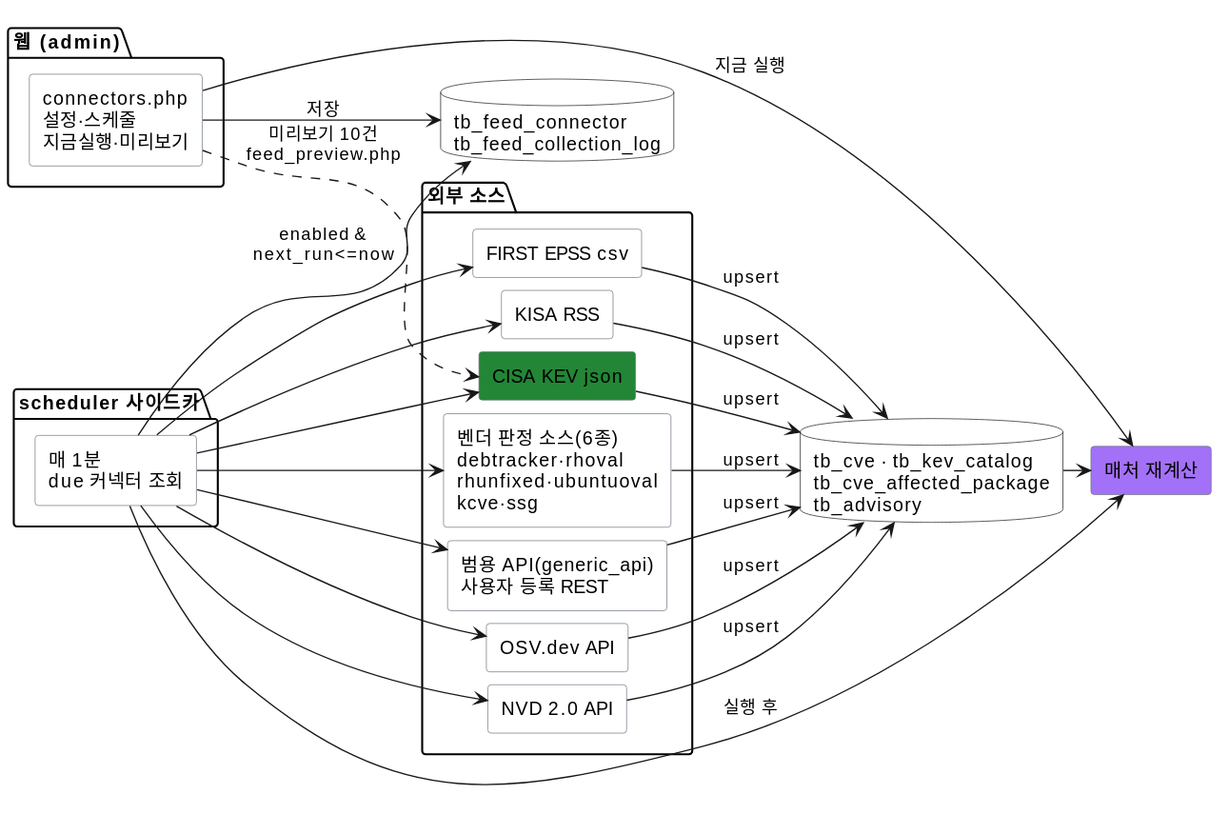
This is docs/specs/diagrams/피드커넥터.svg from JeongDoWook/vuln-agent, a PlantUML export, as it was before one commit.
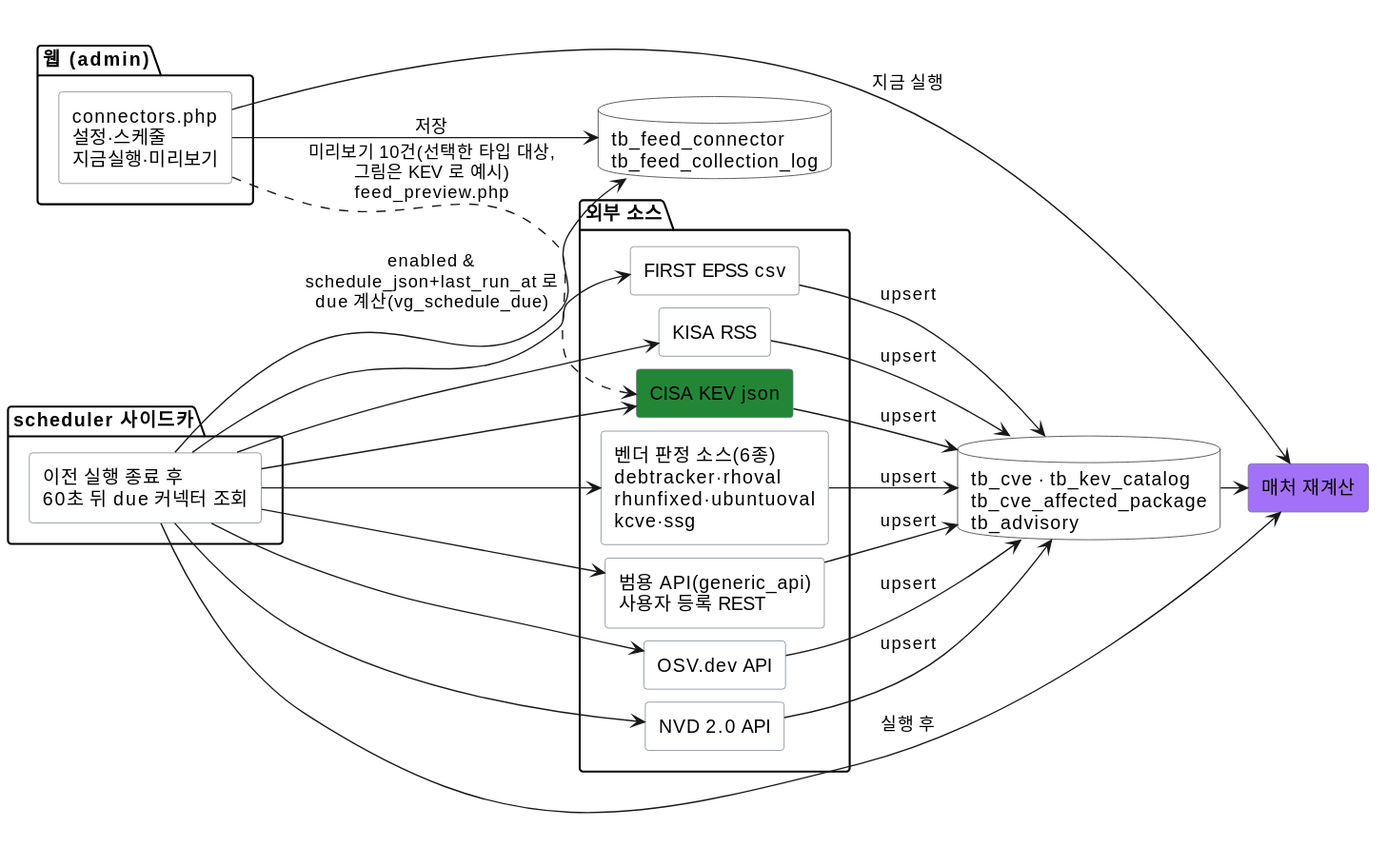
The same diagram one commit later.

What changed in the source:
```diff
@@ -16,7 +16,7 @@
 }
 
 package "scheduler 사이드카" as Sched {
-    rectangle "매 1분\ndue 커넥터 조회" as TICK
+    rectangle "이전 실행 종료 후\n60초 뒤 due 커넥터 조회" as TICK
 }
 
 package "외부 소스" as Sources {
@@ -34,7 +34,7 @@
 rectangle "매처 재계산" as MAT #a371f7
 
 CFG --> DBc : 저장
-TICK --> DBc : enabled &\nnext_run<=now
+TICK --> DBc : enabled &\nschedule_json+last_run_at 로\ndue 계산(vg_schedule_due)
 
 TICK --> KEV
 TICK --> OSV
@@ -55,5 +55,5 @@
 CVE --> MAT
 TICK --> MAT : 실행 후
 CFG --> MAT : 지금 실행
-CFG ..> KEV : 미리보기 10건\nfeed_preview.php
+CFG ..> KEV : 미리보기 10건(선택한 타입 대상,\n그림은 KEV 로 예시)\nfeed_preview.php
 @enduml
```
